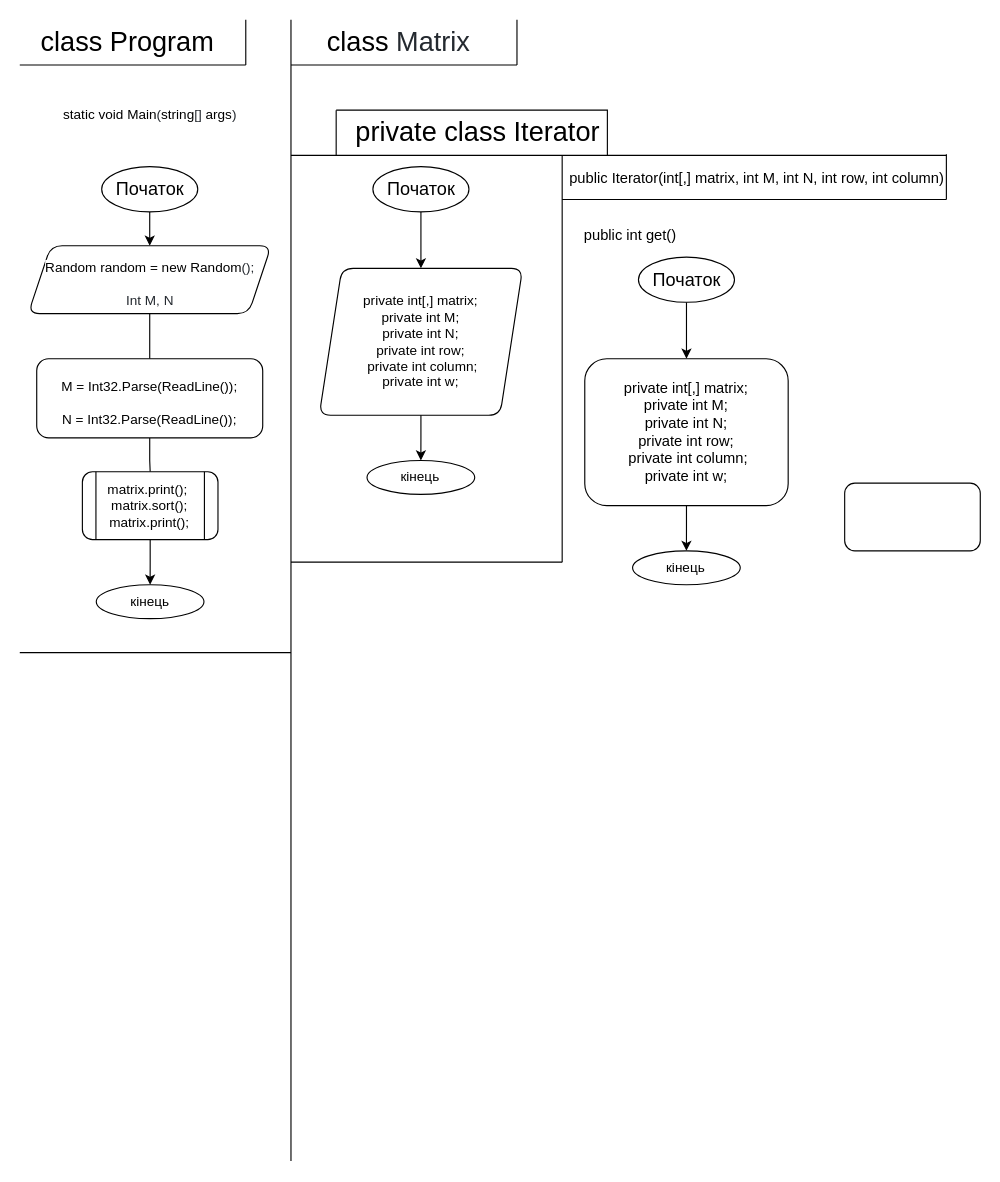
Above: asd_2 term/laba_5/laboratorna5.drawio in IKatiaI/ads-nahorna-kp13 (draw.io), before the change. Source tidied: cells renumbered, new cells numbered last; positions are measured from the earlier drawing's top-left corner, leaving out a move shared by most shapes. Both pictures are drawn from the tidied source at 113%, with x=0, y=0 at pixel (19, 19).
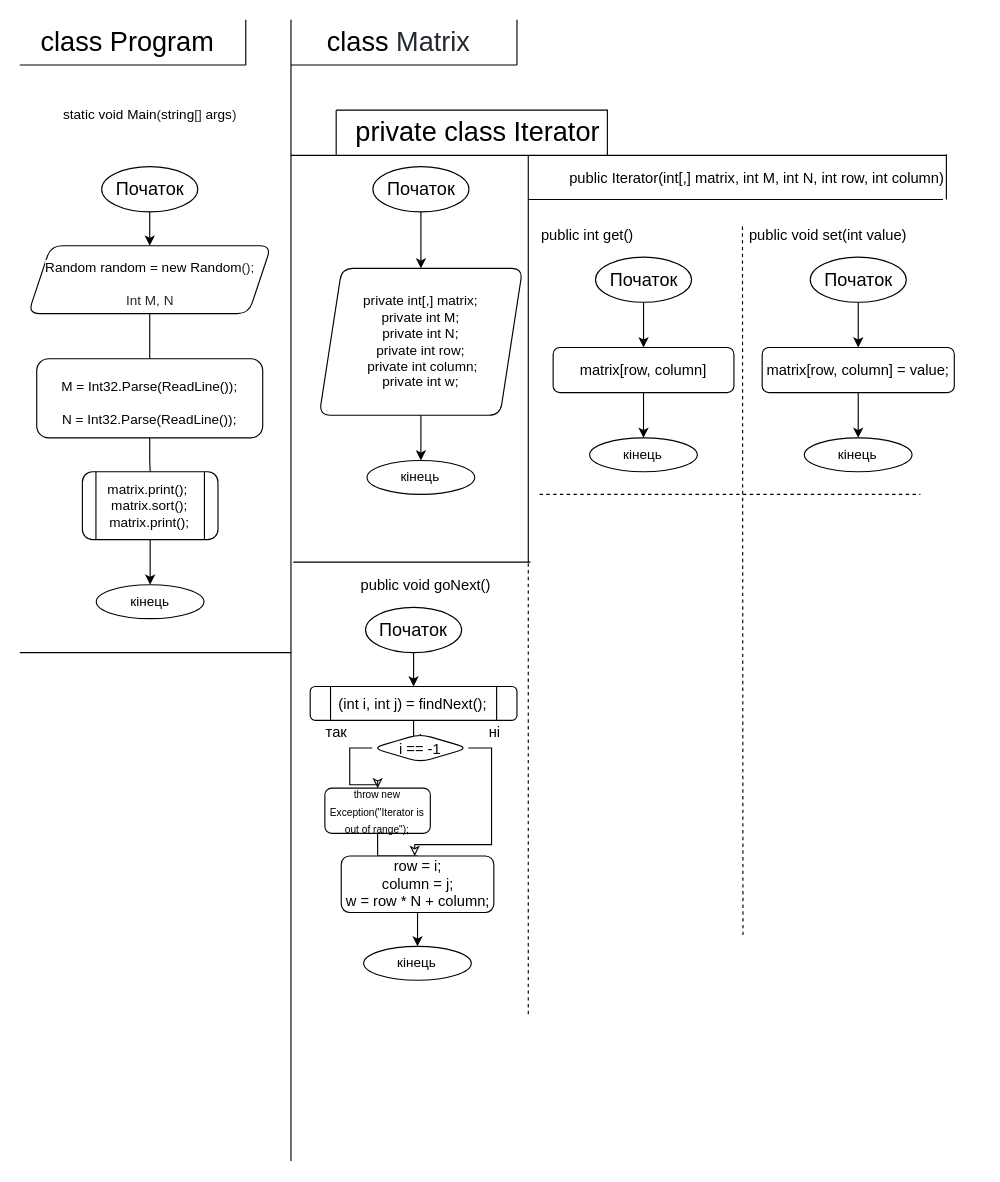
Above is the later version.

What changed in the source:
```diff
@@
     <mxCell id="25" value="Початок" style="ellipse;whiteSpace=wrap;html=1;fontSize=16;strokeWidth=1;rounded=1;sketch=0;" parent="1" vertex="1">
-      <mxGeometry x="547.5" y="210" width="85" height="40" as="geometry" />
+      <mxGeometry x="509.5" y="210" width="85" height="40" as="geometry" />
     </mxCell>
-    <mxCell id="26" value="&lt;div&gt;private int[,] matrix;&lt;/div&gt;&lt;div&gt;&lt;span&gt;private int M;&lt;/span&gt;&lt;/div&gt;&lt;div&gt;private int N;&lt;/div&gt;&lt;div&gt;private int row;&lt;/div&gt;&lt;div&gt;&amp;nbsp;private int column;&lt;/div&gt;&lt;div&gt;private int w;&lt;/div&gt;" style="rounded=1;whiteSpace=wrap;html=1;sketch=0;fontSize=13;" parent="1" vertex="1">
-      <mxGeometry x="500" y="300" width="180" height="130" as="geometry" />
+    <mxCell id="26" value="matrix[row, column]" style="rounded=1;whiteSpace=wrap;html=1;sketch=0;fontSize=13;" parent="1" vertex="1">
+      <mxGeometry x="472" y="290" width="160" height="40" as="geometry" />
     </mxCell>
@@
     <mxCell id="28" value="кінець" style="ellipse;whiteSpace=wrap;html=1;rounded=1;sketch=0;fontSize=12;" parent="1" vertex="1">
-      <mxGeometry x="542.3" y="470" width="95.3" height="30" as="geometry" />
+      <mxGeometry x="504.3" y="370" width="95.3" height="30" as="geometry" />
     </mxCell>
@@
     <mxCell id="30" style="endArrow=none;html=1;rounded=0;" parent="1" edge="1">
       <mxGeometry relative="1" as="geometry">
-        <mxPoint x="480" y="159" as="sourcePoint" />
-        <mxPoint x="820" y="159" as="targetPoint" />
+        <mxPoint x="450" y="159" as="sourcePoint" />
+        <mxPoint x="817" y="159" as="targetPoint" />
       </mxGeometry>
     </mxCell>
@@
     <mxCell id="32" style="endArrow=none;html=1;rounded=0;fontSize=12;" parent="1" edge="1">
       <mxGeometry relative="1" as="geometry">
-        <mxPoint x="480" y="480" as="sourcePoint" />
-        <mxPoint x="480" y="120" as="targetPoint" />
+        <mxPoint x="450" y="480" as="sourcePoint" />
+        <mxPoint x="450" y="120" as="targetPoint" />
       </mxGeometry>
     </mxCell>
     <mxCell id="33" style="endArrow=none;html=1;rounded=0;fontSize=12;" parent="1" edge="1">
       <mxGeometry relative="1" as="geometry">
-        <mxPoint x="240" y="480" as="sourcePoint" />
-        <mxPoint x="480" y="480" as="targetPoint" />
+        <mxPoint x="242" y="480" as="sourcePoint" />
+        <mxPoint x="452" y="480" as="targetPoint" />
       </mxGeometry>
     </mxCell>
     <mxCell id="34" value="public int get()" style="text;html=1;align=center;verticalAlign=middle;strokeColor=none;fillColor=none;fontSize=13;" parent="1" vertex="1">
-      <mxGeometry x="490" y="180" width="100" height="20" as="geometry" />
+      <mxGeometry x="452" y="180" width="100" height="20" as="geometry" />
     </mxCell>
@@
-    <mxCell id="40" style="rounded=1;whiteSpace=wrap;html=1;sketch=0;fontSize=13;" parent="1" vertex="1">
-      <mxGeometry x="730" y="410" width="120" height="60" as="geometry" />
-    </mxCell>
+    <mxCell id="41" style="edgeStyle=orthogonalEdgeStyle;rounded=0;jettySize=auto;html=1;exitX=0.5;exitY=1;exitDx=0;exitDy=0;fontSize=12;" parent="1" edge="1" source="42" target="43">
+      <mxGeometry relative="1" as="geometry" />
+    </mxCell>
+    <mxCell id="42" value="Початок" style="ellipse;whiteSpace=wrap;html=1;fontSize=16;strokeWidth=1;rounded=1;sketch=0;" parent="1" vertex="1">
+      <mxGeometry x="699.5" y="210" width="85" height="40" as="geometry" />
+    </mxCell>
+    <mxCell id="43" value="matrix[row, column] = value;" style="rounded=1;whiteSpace=wrap;html=1;sketch=0;fontSize=13;" parent="1" vertex="1">
+      <mxGeometry x="657" y="290" width="170" height="40" as="geometry" />
+    </mxCell>
+    <mxCell id="44" style="edgeStyle=orthogonalEdgeStyle;rounded=0;jettySize=auto;html=1;fontSize=12;" parent="1" edge="1" source="43" target="45">
+      <mxGeometry relative="1" as="geometry" />
+    </mxCell>
+    <mxCell id="45" value="кінець" style="ellipse;whiteSpace=wrap;html=1;rounded=1;sketch=0;fontSize=12;" parent="1" vertex="1">
+      <mxGeometry x="694.3" y="370" width="95.3" height="30" as="geometry" />
+    </mxCell>
+    <mxCell id="46" value="public void set(int value)" style="text;html=1;align=center;verticalAlign=middle;points=[];strokeColor=none;fillColor=none;fontSize=13;" parent="1" vertex="1">
+      <mxGeometry x="639.7" y="180" width="150" height="20" as="geometry" />
+    </mxCell>
+    <mxCell id="47" style="endArrow=none;dashed=1;html=1;rounded=0;fontSize=13;entryX=-0.001;entryY=0.021;entryDx=0;entryDy=0;entryPerimeter=0;" parent="1" edge="1" target="46">
+      <mxGeometry relative="1" as="geometry">
+        <mxPoint x="640" y="810" as="sourcePoint" />
+      </mxGeometry>
+    </mxCell>
+    <mxCell id="48" style="endArrow=none;dashed=1;html=1;rounded=0;fontSize=13;" parent="1" edge="1">
+      <mxGeometry relative="1" as="geometry">
+        <mxPoint x="460" y="420" as="sourcePoint" />
+        <mxPoint x="797" y="420" as="targetPoint" />
+      </mxGeometry>
+    </mxCell>
+    <mxCell id="49" value="public void goNext()" style="text;html=1;align=center;verticalAlign=middle;strokeColor=none;fillColor=none;fontSize=13;" parent="1" vertex="1">
+      <mxGeometry x="294" y="490" width="130" height="20" as="geometry" />
+    </mxCell>
+    <mxCell id="50" style="edgeStyle=orthogonalEdgeStyle;rounded=0;jettySize=auto;html=1;exitX=0.5;exitY=1;exitDx=0;exitDy=0;fontSize=12;" parent="1" edge="1" source="51" target="53">
+      <mxGeometry relative="1" as="geometry" />
+    </mxCell>
+    <mxCell id="51" value="Початок" style="ellipse;whiteSpace=wrap;html=1;fontSize=16;strokeWidth=1;rounded=1;sketch=0;" parent="1" vertex="1">
+      <mxGeometry x="306" y="520" width="85" height="40" as="geometry" />
+    </mxCell>
+    <mxCell id="52" style="edgeStyle=orthogonalEdgeStyle;rounded=0;jettySize=auto;html=1;exitX=0.5;exitY=1;exitDx=0;exitDy=0;fontSize=13;endArrow=none;endFill=0;" parent="1" edge="1" source="53" target="56">
+      <mxGeometry relative="1" as="geometry" />
+    </mxCell>
+    <mxCell id="53" value="(int i, int j) = findNext();" style="shape=process;whiteSpace=wrap;html=1;backgroundOutline=1;rounded=1;sketch=0;fontSize=13;" parent="1" vertex="1">
+      <mxGeometry x="257" y="590" width="183" height="30" as="geometry" />
+    </mxCell>
+    <mxCell id="54" style="edgeStyle=orthogonalEdgeStyle;rounded=0;jettySize=auto;html=1;exitX=0;exitY=0.5;exitDx=0;exitDy=0;fontSize=13;endArrow=classic;endFill=0;" parent="1" edge="1" source="56" target="60">
+      <mxGeometry relative="1" as="geometry" />
+    </mxCell>
+    <mxCell id="55" style="edgeStyle=orthogonalEdgeStyle;rounded=0;jettySize=auto;html=1;exitX=1;exitY=0.5;exitDx=0;exitDy=0;fontSize=13;endArrow=classic;endFill=0;" parent="1" edge="1" source="56" target="61">
+      <mxGeometry relative="1" as="geometry">
+        <Array as="points">
+          <mxPoint x="417.5" y="645" />
+          <mxPoint x="417.5" y="730" />
+          <mxPoint x="349.5" y="730" />
+        </Array>
+      </mxGeometry>
+    </mxCell>
+    <mxCell id="56" value="i == -1" style="rhombus;whiteSpace=wrap;html=1;rounded=1;sketch=0;fontSize=13;" parent="1" vertex="1">
+      <mxGeometry x="312" y="632" width="85" height="25" as="geometry" />
+    </mxCell>
+    <mxCell id="57" value="так" style="text;html=1;align=center;verticalAlign=middle;strokeColor=none;fillColor=none;fontSize=13;" parent="1" vertex="1">
+      <mxGeometry x="264.5" y="620" width="30" height="20" as="geometry" />
+    </mxCell>
+    <mxCell id="58" value="ні" style="text;html=1;align=center;verticalAlign=middle;strokeColor=none;fillColor=none;fontSize=13;" parent="1" vertex="1">
+      <mxGeometry x="404.5" y="620" width="30" height="20" as="geometry" />
+    </mxCell>
+    <mxCell id="59" style="edgeStyle=orthogonalEdgeStyle;rounded=0;jettySize=auto;html=1;exitX=0.5;exitY=1;exitDx=0;exitDy=0;entryX=0.5;entryY=0;entryDx=0;entryDy=0;fontSize=13;endArrow=none;endFill=0;" parent="1" edge="1" source="60" target="61">
+      <mxGeometry relative="1" as="geometry" />
+    </mxCell>
+    <mxCell id="60" value="&lt;font style=&quot;font-size: 9px&quot;&gt;throw new Exception(&quot;Iterator is out of range&quot;);&lt;/font&gt;" style="rounded=1;whiteSpace=wrap;html=1;sketch=0;fontSize=13;" parent="1" vertex="1">
+      <mxGeometry x="270" y="680" width="93.3" height="40" as="geometry" />
+    </mxCell>
+    <mxCell id="61" value="&lt;div&gt;row = i;&lt;/div&gt;&lt;div&gt;column = j;&lt;/div&gt;&lt;div&gt;w = row * N + column;&lt;/div&gt;" style="rounded=1;whiteSpace=wrap;html=1;sketch=0;fontSize=13;" parent="1" vertex="1">
+      <mxGeometry x="284.5" y="740" width="135" height="50" as="geometry" />
+    </mxCell>
+    <mxCell id="62" style="edgeStyle=orthogonalEdgeStyle;rounded=0;jettySize=auto;html=1;fontSize=12;exitX=0.5;exitY=1;exitDx=0;exitDy=0;" parent="1" edge="1" source="61" target="63">
+      <mxGeometry relative="1" as="geometry" />
+    </mxCell>
+    <mxCell id="63" value="кінець" style="ellipse;whiteSpace=wrap;html=1;rounded=1;sketch=0;fontSize=12;" parent="1" vertex="1">
+      <mxGeometry x="304.3" y="820" width="95.3" height="30" as="geometry" />
+    </mxCell>
+    <mxCell id="64" style="endArrow=none;dashed=1;html=1;rounded=0;fontSize=13;" parent="1" edge="1">
+      <mxGeometry relative="1" as="geometry">
+        <mxPoint x="450" y="880" as="sourcePoint" />
+        <mxPoint x="450" y="480" as="targetPoint" />
+      </mxGeometry>
+    </mxCell>
```
